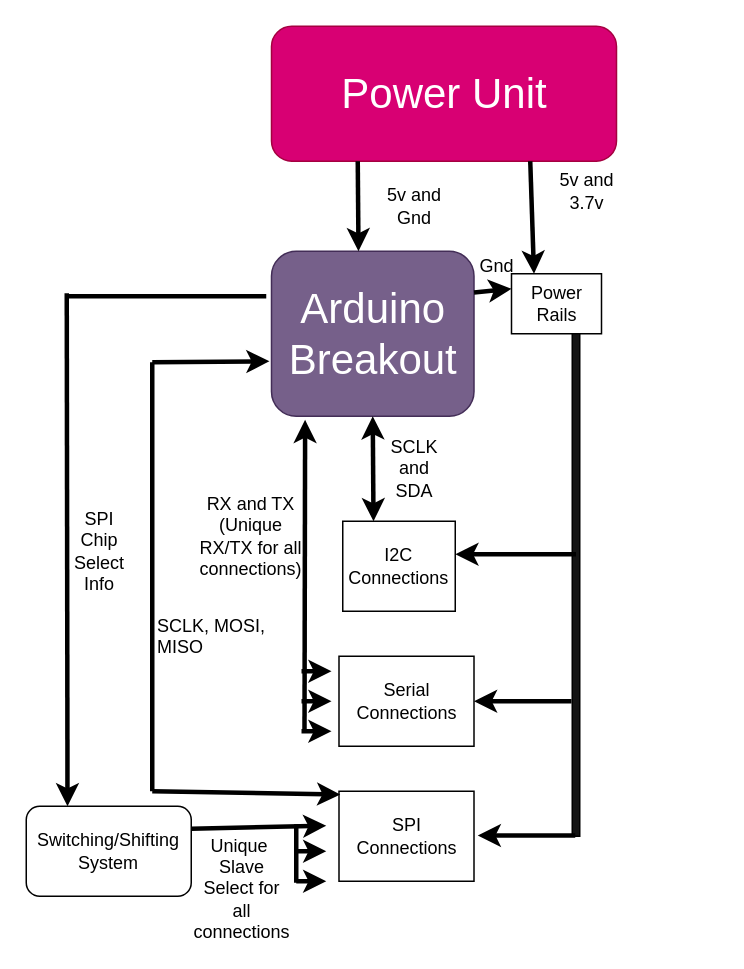
Above: Test Board/Testing System Avionics.drawio in JacksonRussett/UTAT_flightsystems (draw.io), before the change. Source tidied: cells renumbered, new cells numbered last; positions are measured from the earlier drawing's top-left corner, leaving out a move shared by most shapes. Both pictures are drawn from the tidied source at 150%, with x=0, y=0 at pixel (26, 26).
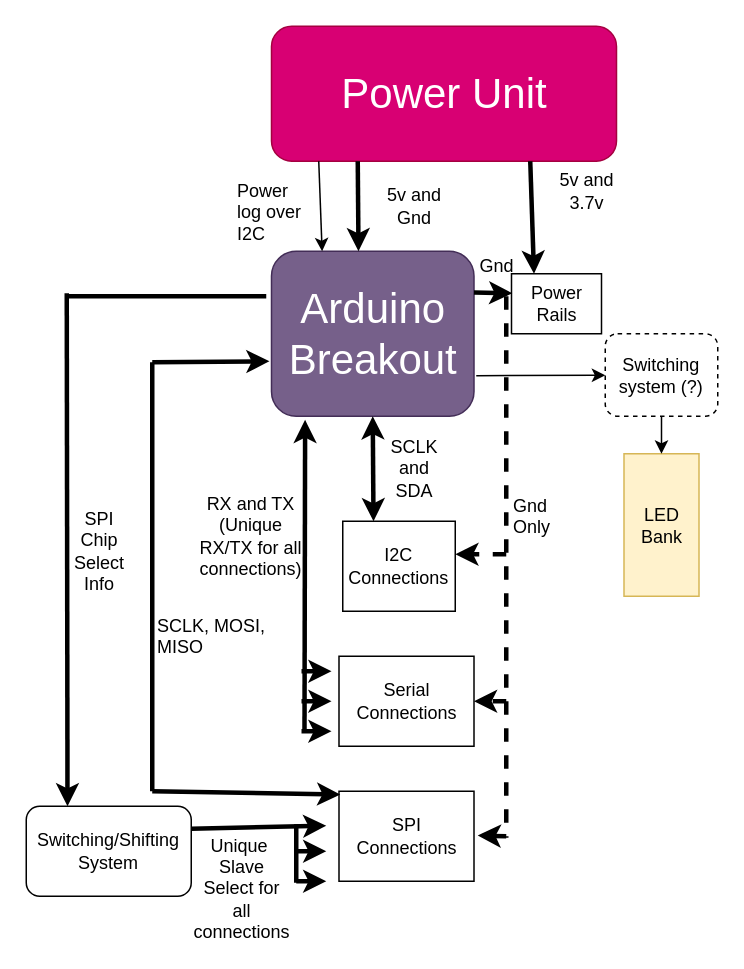
Above is the later version.

Unchanged cells that the change refers to:
```xml
<mxCell id="4" value="&lt;font style=&quot;font-size: 28px&quot;&gt;Arduino Breakout&lt;/font&gt;" style="rounded=1;whiteSpace=wrap;html=1;fillColor=#76608a;strokeColor=#432D57;fontColor=#ffffff;" parent="1" vertex="1">
  <mxGeometry x="163.5" y="150" width="135" height="110" as="geometry" />
</mxCell>
<mxCell id="7" value="Power Rails" style="rounded=0;whiteSpace=wrap;html=1;" parent="1" vertex="1">
  <mxGeometry x="323.5" y="165" width="60" height="40" as="geometry" />
</mxCell>
<mxCell id="12" value="I2C Connections" style="rounded=0;whiteSpace=wrap;html=1;" parent="1" vertex="1">
  <mxGeometry x="211" y="330" width="75" height="60" as="geometry" />
</mxCell>
<mxCell id="14" value="Serial Connections" style="rounded=0;whiteSpace=wrap;html=1;" parent="1" vertex="1">
  <mxGeometry x="208.5" y="420" width="90" height="60" as="geometry" />
</mxCell>
```

Diff of the diagram source:
```diff
@@
-    <mxCell id="9" style="endArrow=classic;html=1;strokeWidth=3;exitX=1;exitY=0.25;exitDx=0;exitDy=0;entryX=0;entryY=0.25;entryDx=0;entryDy=0;" parent="1" edge="1" source="4" target="7">
-      <mxGeometry relative="1" as="geometry" />
+    <mxCell id="9" style="endArrow=classic;html=1;strokeWidth=3;exitX=1;exitY=0.25;exitDx=0;exitDy=0;" parent="1" edge="1" source="4">
+      <mxGeometry relative="1" as="geometry">
+        <mxPoint x="324" y="178" as="targetPoint" />
+      </mxGeometry>
     </mxCell>
@@
-    <mxCell id="17" style="rounded=0;whiteSpace=wrap;html=1;fillColor=#141414;" parent="1" vertex="1">
-      <mxGeometry x="364" y="205" width="5" height="335" as="geometry" />
-    </mxCell>
-    <mxCell id="18" style="endArrow=classic;html=1;strokeWidth=3;entryX=1.001;entryY=0.367;entryDx=0;entryDy=0;entryPerimeter=0;" parent="1" edge="1" target="12">
+    <mxCell id="18" style="endArrow=classic;html=1;strokeWidth=3;entryX=1.001;entryY=0.367;entryDx=0;entryDy=0;entryPerimeter=0;dashed=1;" parent="1" edge="1" target="12">
       <mxGeometry relative="1" as="geometry">
-        <mxPoint x="366.5" y="352" as="sourcePoint" />
+        <mxPoint x="320" y="352" as="sourcePoint" />
       </mxGeometry>
     </mxCell>
-    <mxCell id="19" style="endArrow=classic;html=1;strokeWidth=3;entryX=1;entryY=0.5;entryDx=0;entryDy=0;" parent="1" edge="1" target="14">
+    <mxCell id="19" style="endArrow=classic;html=1;strokeWidth=3;entryX=1;entryY=0.5;entryDx=0;entryDy=0;dashed=1;" parent="1" edge="1" target="14">
       <mxGeometry relative="1" as="geometry">
-        <mxPoint x="363.5" y="450" as="sourcePoint" />
+        <mxPoint x="320" y="450" as="sourcePoint" />
       </mxGeometry>
     </mxCell>
-    <mxCell id="20" style="endArrow=classic;html=1;strokeWidth=3;entryX=1;entryY=0.5;entryDx=0;entryDy=0;" parent="1" edge="1">
+    <mxCell id="20" style="endArrow=classic;html=1;strokeWidth=3;entryX=1;entryY=0.5;entryDx=0;entryDy=0;dashed=1;" parent="1" edge="1">
       <mxGeometry relative="1" as="geometry">
-        <mxPoint x="366" y="539.5" as="sourcePoint" />
+        <mxPoint x="320" y="540" as="sourcePoint" />
         <mxPoint x="301" y="539.5" as="targetPoint" />
       </mxGeometry>
     </mxCell>
@@
+    <mxCell id="38" value="Switching system (?)" style="rounded=1;whiteSpace=wrap;html=1;dashed=1;" parent="1" vertex="1">
+      <mxGeometry x="386" y="205" width="75" height="55" as="geometry" />
+    </mxCell>
+    <mxCell id="39" style="endArrow=classic;html=1;exitX=0;exitY=0.5;exitDx=0;exitDy=0;" parent="1" edge="1" target="38">
+      <mxGeometry relative="1" as="geometry">
+        <mxPoint x="300" y="233" as="sourcePoint" />
+      </mxGeometry>
+    </mxCell>
+    <mxCell id="40" value="LED Bank" style="rounded=0;whiteSpace=wrap;html=1;fillColor=#fff2cc;strokeColor=#d6b656;" parent="1" vertex="1">
+      <mxGeometry x="398.5" y="285" width="50" height="95" as="geometry" />
+    </mxCell>
+    <mxCell id="41" style="endArrow=classic;html=1;exitX=0.5;exitY=1;exitDx=0;exitDy=0;entryX=0.5;entryY=0;entryDx=0;entryDy=0;" parent="1" edge="1" source="38" target="40">
+      <mxGeometry relative="1" as="geometry" />
+    </mxCell>
+    <mxCell id="42" style="endArrow=none;html=1;strokeWidth=3;dashed=1;strokeColor=#000000;" parent="1" edge="1">
+      <mxGeometry relative="1" as="geometry">
+        <mxPoint x="320" y="180" as="sourcePoint" />
+        <mxPoint x="320" y="541" as="targetPoint" />
+      </mxGeometry>
+    </mxCell>
+    <mxCell id="43" value="Gnd&lt;br&gt;Only&lt;br&gt;" style="text;html=1;align=left;verticalAlign=top;spacingTop=-4;" parent="1" vertex="1">
+      <mxGeometry x="323" y="310" width="40" height="30" as="geometry" />
+    </mxCell>
+    <mxCell id="44" style="endArrow=classic;html=1;strokeColor=#000000;entryX=0.25;entryY=0;entryDx=0;entryDy=0;" parent="1" edge="1" target="4">
+      <mxGeometry relative="1" as="geometry">
+        <mxPoint x="195" y="90" as="sourcePoint" />
+      </mxGeometry>
+    </mxCell>
+    <mxCell id="45" value="Power&lt;br&gt;log over&lt;br&gt;I2C&lt;br&gt;" style="text;html=1;align=left;verticalAlign=top;spacingTop=-4;" parent="1" vertex="1">
+      <mxGeometry x="138.5" y="100" width="60" height="40" as="geometry" />
+    </mxCell>
```
